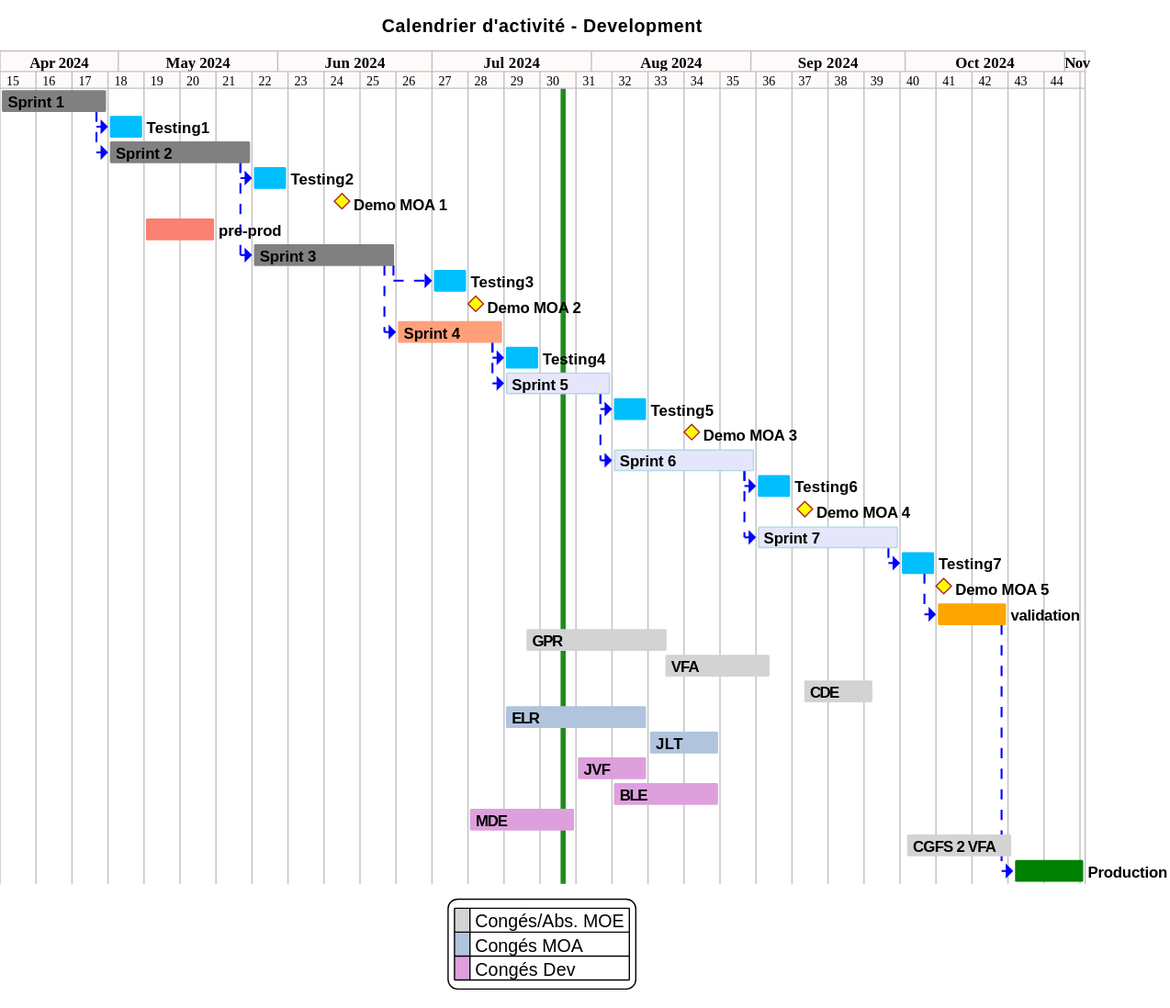
This is projects/activity-calendar/not/images/refonte-activity-calendar-planning-sprints.svg from sumaris-net/sumaris-doc, a PlantUML export, as it was before one commit.
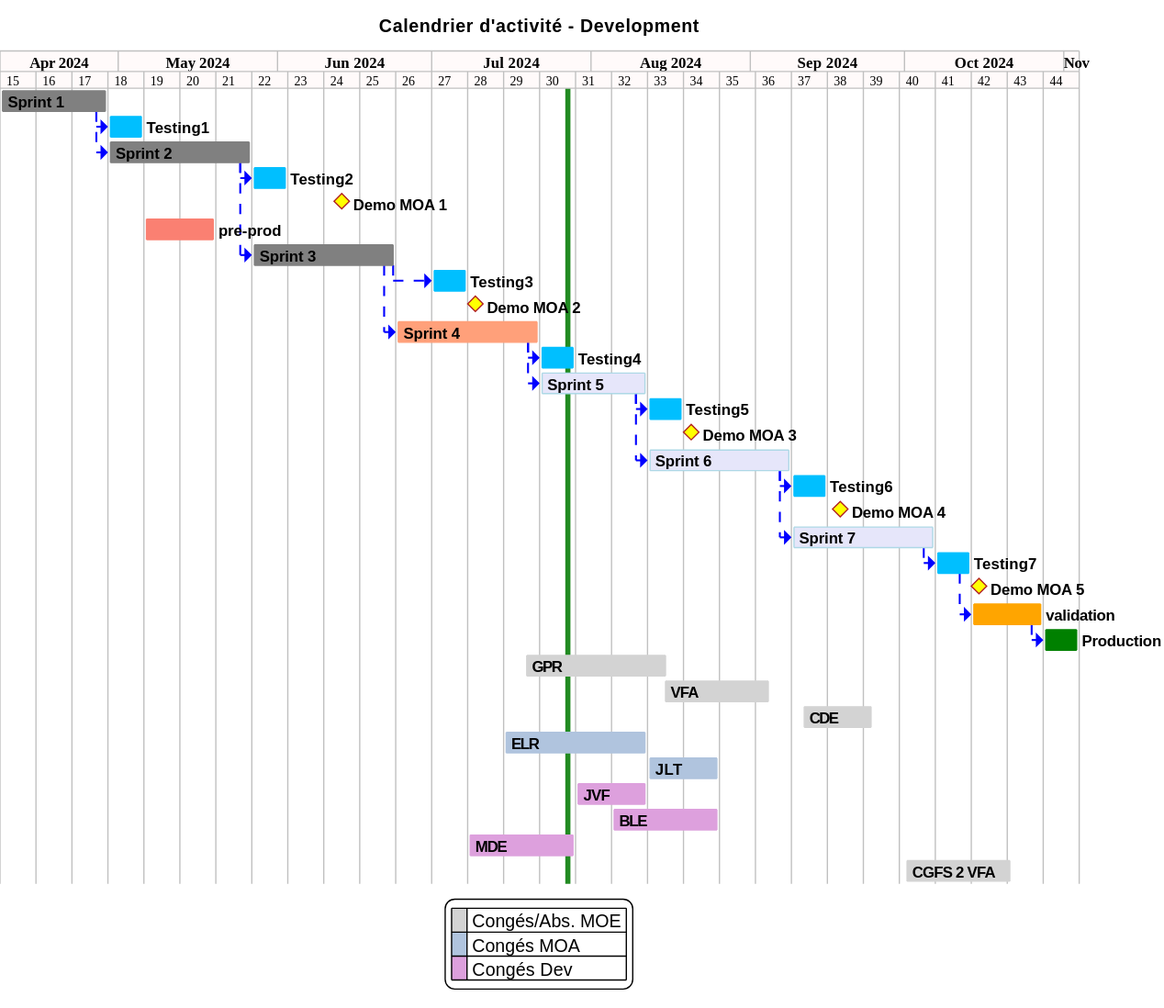
The same file after the commit.

Commit message:
[not] update planning and sprints dashboard (ActiFLot, ObsVentes)

What changed in the source:
```diff
@@ -95,7 +95,7 @@
 [TASK3]->[Testing3]
 [Demo MOA 2] happens 9th of July 2024
 
-[Sprint 4] as [TASK4] requires 3 weeks
+[Sprint 4] as [TASK4] requires 4 weeks
 [TASK4] is colored in lightsalmon
 [TASK3]->[TASK4]
 [Testing4] requires 1 week
@@ -127,6 +127,10 @@
 [VAL] is colored in orange
 [Testing7]->[VAL]
 
+[Production] as [PROD] requires 1 week and starts the 25th of October 2024
+[PROD] is colored in green
+[VAL]->[PROD]
+
 [GPR] as [CONG_GPR] requires 4 week and starts the 19th of July 2024
 [VFA] as [CONG_VFA] requires 3 week and starts the 15th of August 2024
 [CDE] as [CONG_CDE] requires 2 week and starts the 11 of september 2024
@@ -152,11 +156,6 @@
 [CGFS 2 VFA] as [EMB] requires 3 week and starts the 31th of September 2024
 [EMB] is colored in lightgrey
 
-
-[Production] as [PROD] requires 2 week and starts the 22th of October 2024
-[PROD] is colored in green
-[VAL]->[PROD]
-
 skinparam legendBackgroundColor with
 
 legend
```
